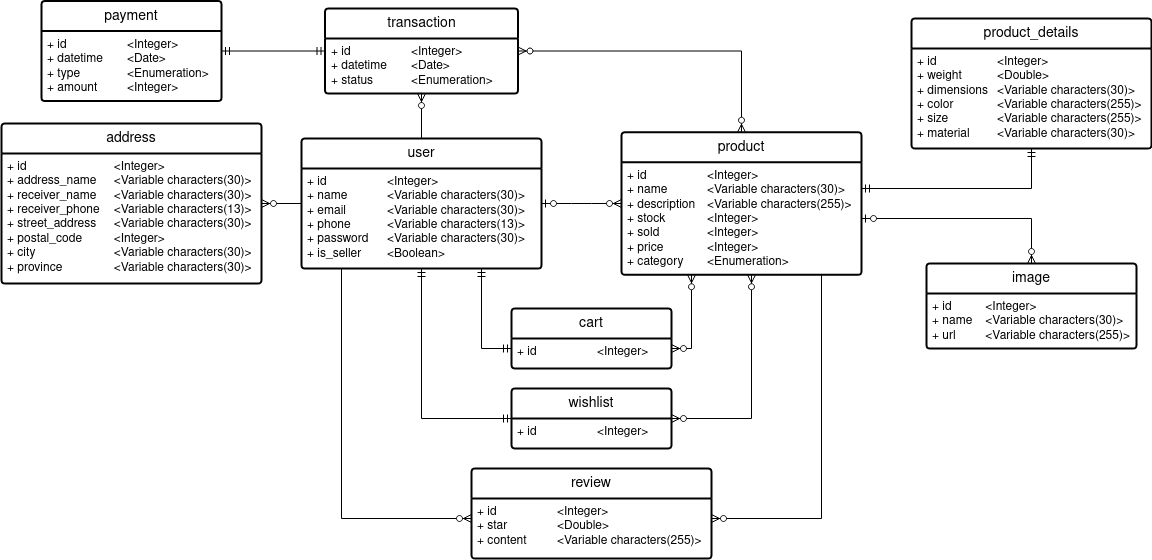
Before: img/NusantaraStore051_CDM.drawio.png, a diagram exported from draw.io (borednuna/NusantaraStore051_BE). Source tidied: cells renumbered, new cells last; positions are measured from the earlier drawing's top-left corner, leaving out a move shared by most shapes.
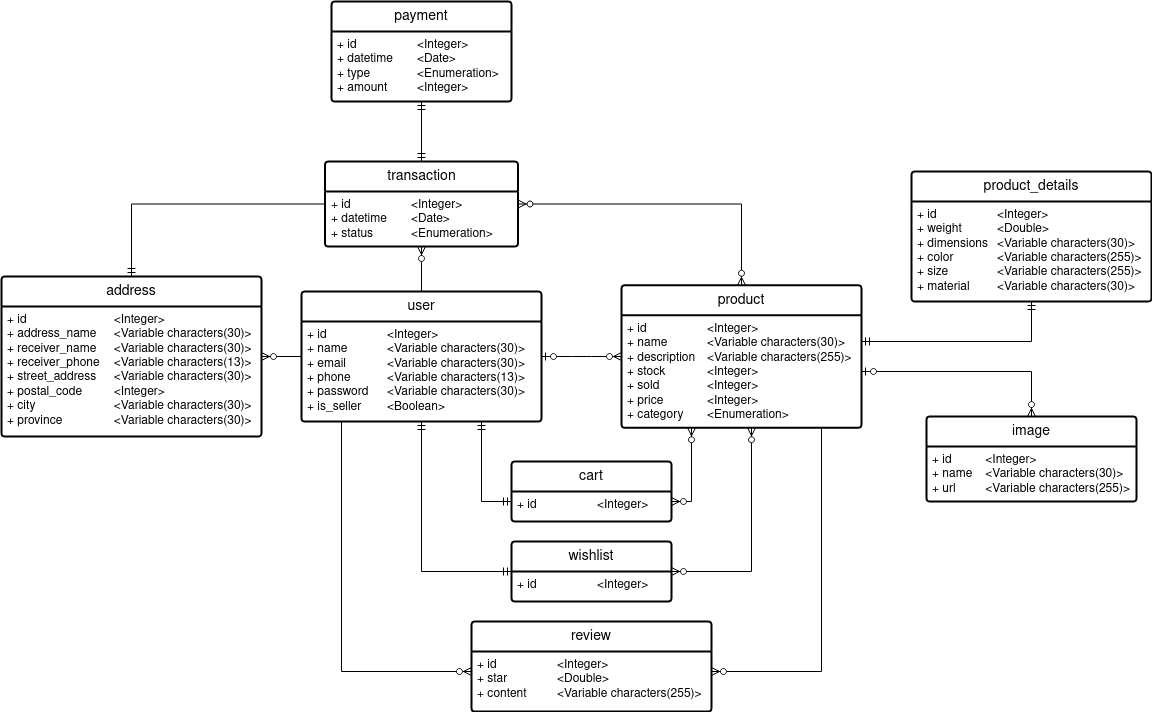
After the commit.

The edit, as a diff of the source:
```diff
@@ -83,7 +83,7 @@
       </mxGeometry>
     </mxCell>
     <mxCell id="22" value="payment" style="swimlane;horizontal=1;startSize=30;rounded=1;fontSize=14;fontStyle=0;strokeWidth=2;shadow=0;dashed=0;align=center;arcSize=4;whiteSpace=wrap;html=1;" parent="1" vertex="1">
-      <mxGeometry x="40" y="0.5" width="180" height="100" as="geometry" />
+      <mxGeometry x="330" y="-152" width="180" height="100" as="geometry" />
     </mxCell>
     <mxCell id="23" value="&lt;div&gt;+ id&lt;span style=&quot;white-space: pre;&quot;&gt;&#9;&lt;/span&gt;&lt;span style=&quot;white-space: pre;&quot;&gt;&#9;&lt;/span&gt;&lt;span style=&quot;white-space: pre;&quot;&gt;&#9;&lt;/span&gt;&amp;lt;Integer&amp;gt;&lt;/div&gt;&lt;div&gt;+ datetime&lt;span style=&quot;white-space: pre;&quot;&gt;&#9;&lt;/span&gt;&amp;lt;Date&amp;gt;&lt;/div&gt;&lt;div&gt;+ type&lt;span style=&quot;white-space: pre;&quot;&gt;&#9;&lt;/span&gt;&lt;span style=&quot;white-space: pre;&quot;&gt;&#9;&lt;/span&gt;&amp;lt;Enumeration&amp;gt;&lt;/div&gt;&lt;div&gt;+ amount&lt;span style=&quot;white-space: pre;&quot;&gt;&#9;&lt;/span&gt;&amp;lt;Integer&amp;gt;&lt;br&gt;&lt;/div&gt;" style="align=left;strokeColor=none;fillColor=none;spacingLeft=4;fontSize=12;verticalAlign=top;html=1;" parent="22" vertex="1">
       <mxGeometry y="30" width="180" height="70" as="geometry" />
@@ -137,5 +137,12 @@
     <mxCell id="34" style="edgeStyle=entityRelationEdgeStyle;fontSize=12;html=1;endArrow=ERzeroToMany;startArrow=ERzeroToOne;rounded=0;" parent="1" edge="1" source="2" target="7">
       <mxGeometry relative="1" as="geometry" />
     </mxCell>
+    <mxCell id="35" style="edgeStyle=elbowEdgeStyle;fontSize=12;html=1;endArrow=ERmandOne;rounded=0;" parent="1" edge="1" source="19" target="4">
+      <mxGeometry relative="1" as="geometry">
+        <Array as="points">
+          <mxPoint x="130" y="178" />
+        </Array>
+      </mxGeometry>
+    </mxCell>
   </root>
 </mxGraphModel>
```
